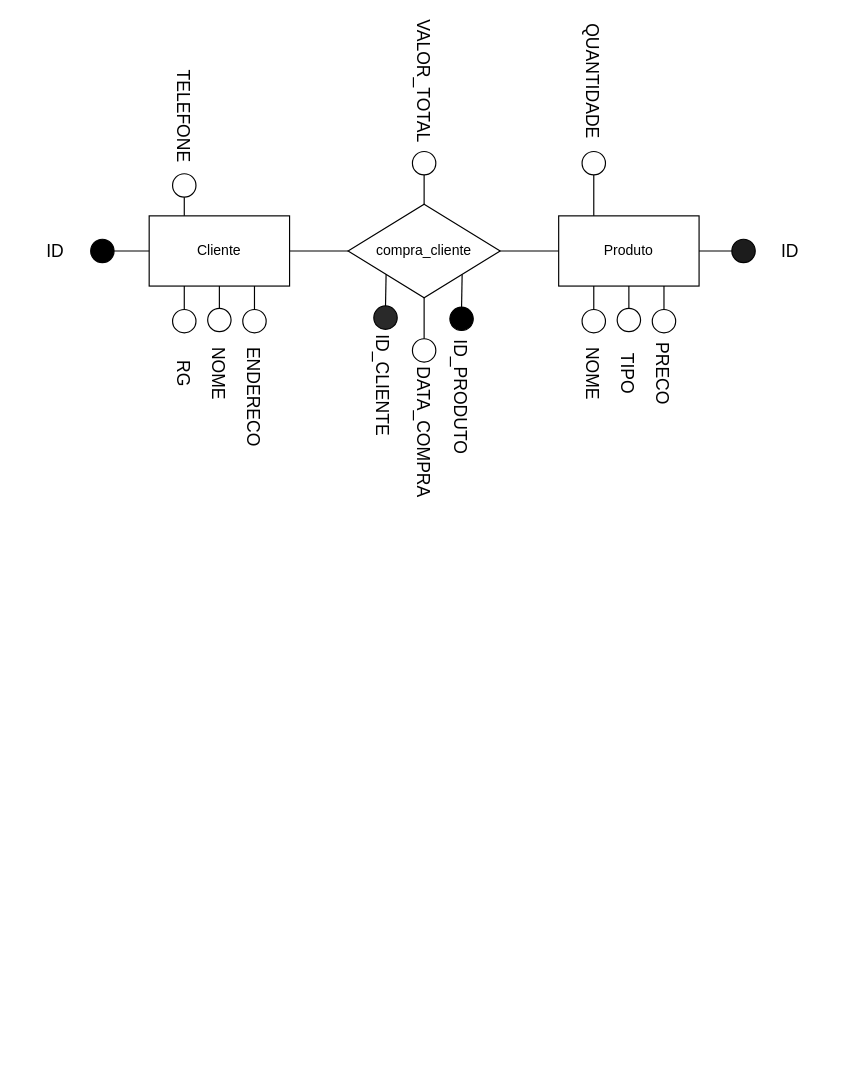
This is Diagrama sem nome.drawio from Thiago163/UML_DER_e_DIAGRAMAS, a draw.io file, before an edit. Source tidied: cells renumbered, new cells numbered last; positions are measured from the earlier drawing's top-left corner, leaving out a move shared by most shapes. Both pictures are drawn from the tidied source at 117%, with x=0, y=0 at pixel (20, 63).
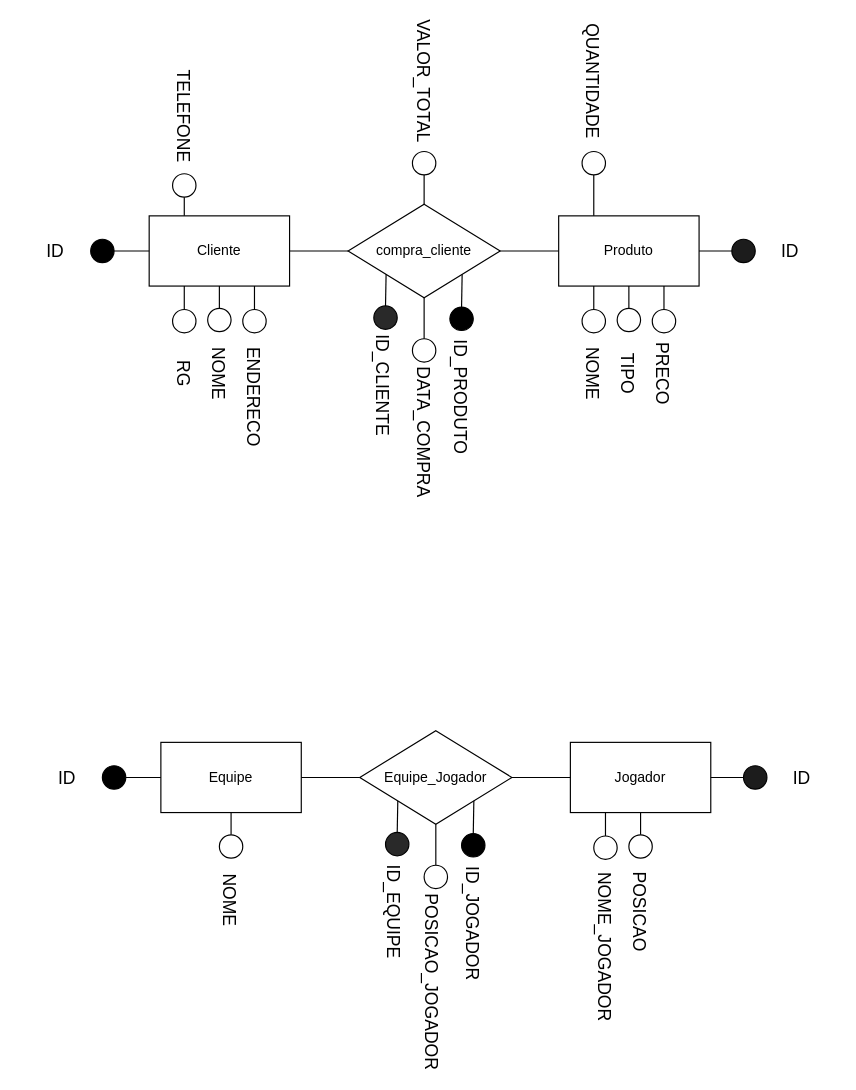
After the change.

Diff of the diagram source:
```diff
@@
+    <mxCell id="49" value="Equipe" style="rounded=0;whiteSpace=wrap;html=1;" parent="1" vertex="1">
+      <mxGeometry x="120" y="580" width="120" height="60" as="geometry" />
+    </mxCell>
+    <mxCell id="50" style="endArrow=none;html=1;rounded=0;entryX=0.5;entryY=1;entryDx=0;entryDy=0;exitX=0.5;exitY=0;exitDx=0;exitDy=0;" parent="1" edge="1" source="51" target="49">
+      <mxGeometry relative="1" as="geometry" />
+    </mxCell>
+    <mxCell id="51" style="ellipse;whiteSpace=wrap;html=1;" parent="1" vertex="1">
+      <mxGeometry x="170" y="659" width="20" height="20" as="geometry" />
+    </mxCell>
+    <mxCell id="52" style="ellipse;whiteSpace=wrap;html=1;fillColor=#000000;" parent="1" vertex="1">
+      <mxGeometry x="70" y="600" width="20" height="20" as="geometry" />
+    </mxCell>
+    <mxCell id="53" style="endArrow=none;html=1;rounded=0;entryX=1;entryY=0.5;entryDx=0;entryDy=0;exitX=0;exitY=0.5;exitDx=0;exitDy=0;" parent="1" edge="1" source="49" target="52">
+      <mxGeometry relative="1" as="geometry" />
+    </mxCell>
+    <mxCell id="54" value="Equipe_Jogador" style="rhombus;whiteSpace=wrap;html=1;" parent="1" vertex="1">
+      <mxGeometry x="290" y="570" width="130" height="80" as="geometry" />
+    </mxCell>
+    <mxCell id="55" style="ellipse;whiteSpace=wrap;html=1;fillColor=#292929;" parent="1" vertex="1">
+      <mxGeometry x="312" y="657" width="20" height="20" as="geometry" />
+    </mxCell>
+    <mxCell id="56" style="endArrow=none;html=1;rounded=0;entryX=0;entryY=1;entryDx=0;entryDy=0;exitX=0.5;exitY=0;exitDx=0;exitDy=0;" parent="1" edge="1" source="55" target="54">
+      <mxGeometry relative="1" as="geometry" />
+    </mxCell>
+    <mxCell id="57" style="ellipse;whiteSpace=wrap;html=1;fillColor=#000000;" parent="1" vertex="1">
+      <mxGeometry x="377" y="658" width="20" height="20" as="geometry" />
+    </mxCell>
+    <mxCell id="58" style="endArrow=none;html=1;rounded=0;exitX=0.5;exitY=0;exitDx=0;exitDy=0;entryX=1;entryY=1;entryDx=0;entryDy=0;" parent="1" edge="1" source="57" target="54">
+      <mxGeometry relative="1" as="geometry" />
+    </mxCell>
+    <mxCell id="59" value="Jogador" style="rounded=0;whiteSpace=wrap;html=1;" parent="1" vertex="1">
+      <mxGeometry x="470" y="580" width="120" height="60" as="geometry" />
+    </mxCell>
+    <mxCell id="60" style="endArrow=none;html=1;rounded=0;entryX=0.25;entryY=1;entryDx=0;entryDy=0;exitX=0.5;exitY=0;exitDx=0;exitDy=0;" parent="1" edge="1" source="63" target="59">
+      <mxGeometry relative="1" as="geometry" />
+    </mxCell>
+    <mxCell id="61" style="endArrow=none;html=1;rounded=0;entryX=0.5;entryY=1;entryDx=0;entryDy=0;exitX=0.5;exitY=0;exitDx=0;exitDy=0;" parent="1" edge="1" source="62" target="59">
+      <mxGeometry relative="1" as="geometry" />
+    </mxCell>
+    <mxCell id="62" style="ellipse;whiteSpace=wrap;html=1;" parent="1" vertex="1">
+      <mxGeometry x="520" y="659" width="20" height="20" as="geometry" />
+    </mxCell>
+    <mxCell id="63" style="ellipse;whiteSpace=wrap;html=1;" parent="1" vertex="1">
+      <mxGeometry x="490" y="660" width="20" height="20" as="geometry" />
+    </mxCell>
+    <mxCell id="64" style="ellipse;whiteSpace=wrap;html=1;fillColor=#1C1C1C;" parent="1" vertex="1">
+      <mxGeometry x="618" y="600" width="20" height="20" as="geometry" />
+    </mxCell>
+    <mxCell id="65" style="endArrow=none;html=1;rounded=0;entryX=0;entryY=0.5;entryDx=0;entryDy=0;exitX=1;exitY=0.5;exitDx=0;exitDy=0;" parent="1" edge="1" source="59" target="64">
+      <mxGeometry relative="1" as="geometry" />
+    </mxCell>
+    <mxCell id="66" style="endArrow=none;html=1;rounded=0;exitX=1;exitY=0.5;exitDx=0;exitDy=0;entryX=0;entryY=0.5;entryDx=0;entryDy=0;" parent="1" edge="1" source="49" target="54">
+      <mxGeometry relative="1" as="geometry" />
+    </mxCell>
+    <mxCell id="67" style="endArrow=none;html=1;rounded=0;exitX=1;exitY=0.5;exitDx=0;exitDy=0;entryX=0;entryY=0.5;entryDx=0;entryDy=0;" parent="1" edge="1" source="54" target="59">
+      <mxGeometry relative="1" as="geometry" />
+    </mxCell>
+    <mxCell id="68" value="&lt;font style=&quot;font-size: 15px;&quot;&gt;ID&lt;/font&gt;" style="text;html=1;strokeColor=none;fillColor=none;align=center;verticalAlign=middle;whiteSpace=wrap;rounded=0;" parent="1" vertex="1">
+      <mxGeometry x="10" y="595" width="60" height="30" as="geometry" />
+    </mxCell>
+    <mxCell id="69" value="&lt;font style=&quot;font-size: 15px;&quot;&gt;ID&lt;/font&gt;" style="text;html=1;strokeColor=none;fillColor=none;align=center;verticalAlign=middle;whiteSpace=wrap;rounded=0;" parent="1" vertex="1">
+      <mxGeometry x="638" y="595" width="60" height="30" as="geometry" />
+    </mxCell>
+    <mxCell id="70" value="&lt;span style=&quot;font-size: 15px;&quot;&gt;NOME&lt;/span&gt;" style="text;html=1;strokeColor=none;fillColor=none;align=center;verticalAlign=middle;whiteSpace=wrap;rounded=0;rotation=90;" parent="1" vertex="1">
+      <mxGeometry x="150" y="700" width="60" height="30" as="geometry" />
+    </mxCell>
+    <mxCell id="71" style="ellipse;whiteSpace=wrap;html=1;" parent="1" vertex="1">
+      <mxGeometry x="345" y="685" width="20" height="20" as="geometry" />
+    </mxCell>
+    <mxCell id="72" style="endArrow=none;html=1;rounded=0;entryX=0.5;entryY=1;entryDx=0;entryDy=0;exitX=0.5;exitY=0;exitDx=0;exitDy=0;" parent="1" edge="1" source="71" target="54">
+      <mxGeometry relative="1" as="geometry" />
+    </mxCell>
+    <mxCell id="73" value="&lt;span style=&quot;font-size: 15px;&quot;&gt;ID_EQUIPE&lt;/span&gt;" style="text;html=1;strokeColor=none;fillColor=none;align=center;verticalAlign=middle;whiteSpace=wrap;rounded=0;rotation=90;" parent="1" vertex="1">
+      <mxGeometry x="290" y="710" width="60" height="30" as="geometry" />
+    </mxCell>
+    <mxCell id="74" value="&lt;span style=&quot;font-size: 15px;&quot;&gt;ID_JOGADOR&lt;/span&gt;" style="text;html=1;strokeColor=none;fillColor=none;align=center;verticalAlign=middle;whiteSpace=wrap;rounded=0;rotation=90;" parent="1" vertex="1">
+      <mxGeometry x="357" y="720" width="60" height="30" as="geometry" />
+    </mxCell>
+    <mxCell id="75" value="&lt;span style=&quot;font-size: 15px;&quot;&gt;POSICAO_JOGADOR&lt;/span&gt;" style="text;html=1;strokeColor=none;fillColor=none;align=center;verticalAlign=middle;whiteSpace=wrap;rounded=0;rotation=90;" parent="1" vertex="1">
+      <mxGeometry x="322" y="770" width="60" height="30" as="geometry" />
+    </mxCell>
+    <mxCell id="76" value="&lt;span style=&quot;font-size: 15px;&quot;&gt;NOME_JOGADOR&lt;/span&gt;" style="text;html=1;strokeColor=none;fillColor=none;align=center;verticalAlign=middle;whiteSpace=wrap;rounded=0;rotation=90;" parent="1" vertex="1">
+      <mxGeometry x="470" y="740" width="60" height="30" as="geometry" />
+    </mxCell>
+    <mxCell id="77" value="&lt;span style=&quot;font-size: 15px;&quot;&gt;POSICAO&lt;/span&gt;" style="text;html=1;strokeColor=none;fillColor=none;align=center;verticalAlign=middle;whiteSpace=wrap;rounded=0;rotation=90;" parent="1" vertex="1">
+      <mxGeometry x="500" y="710" width="60" height="30" as="geometry" />
+    </mxCell>
```
